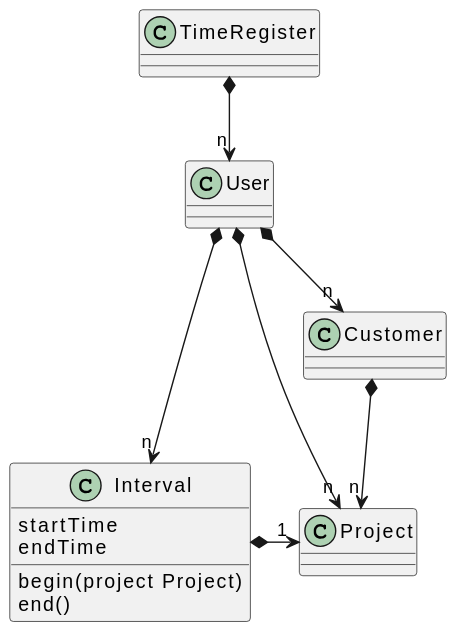
The PlantUML diagram docs/domain.svg in EscuelaIt/time-register, before a commit.
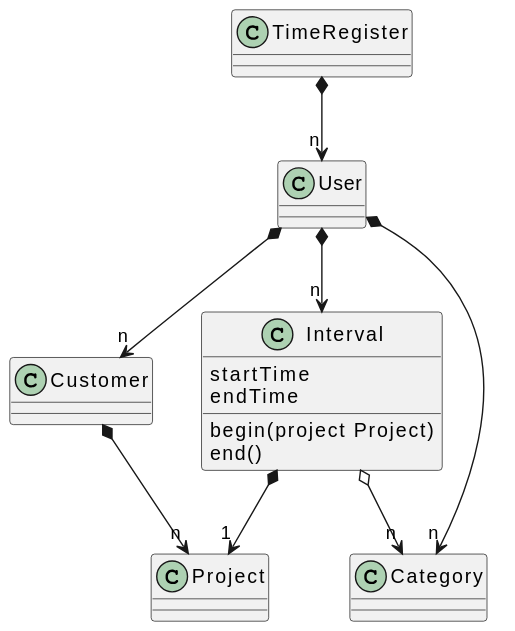
The same diagram one commit later.

The edit, as a diff of the source:
```diff
@@ -2,6 +2,7 @@
 class TimeRegister
 class User
 class Project
+class Category
 class Interval {
   startTime
   endTime
@@ -12,9 +13,10 @@
 class Customer
 
 TimeRegister *-down-> "n" User
-User *-down-> "n" Project
 User *-down-> "n" Customer
 Customer *-down-> "n" Project
 User *-down-> "n" Interval
+User *-down-> "n" Category
 Interval *-> "1" Project
+Interval o-down-> "n" Category
 @enduml
```
